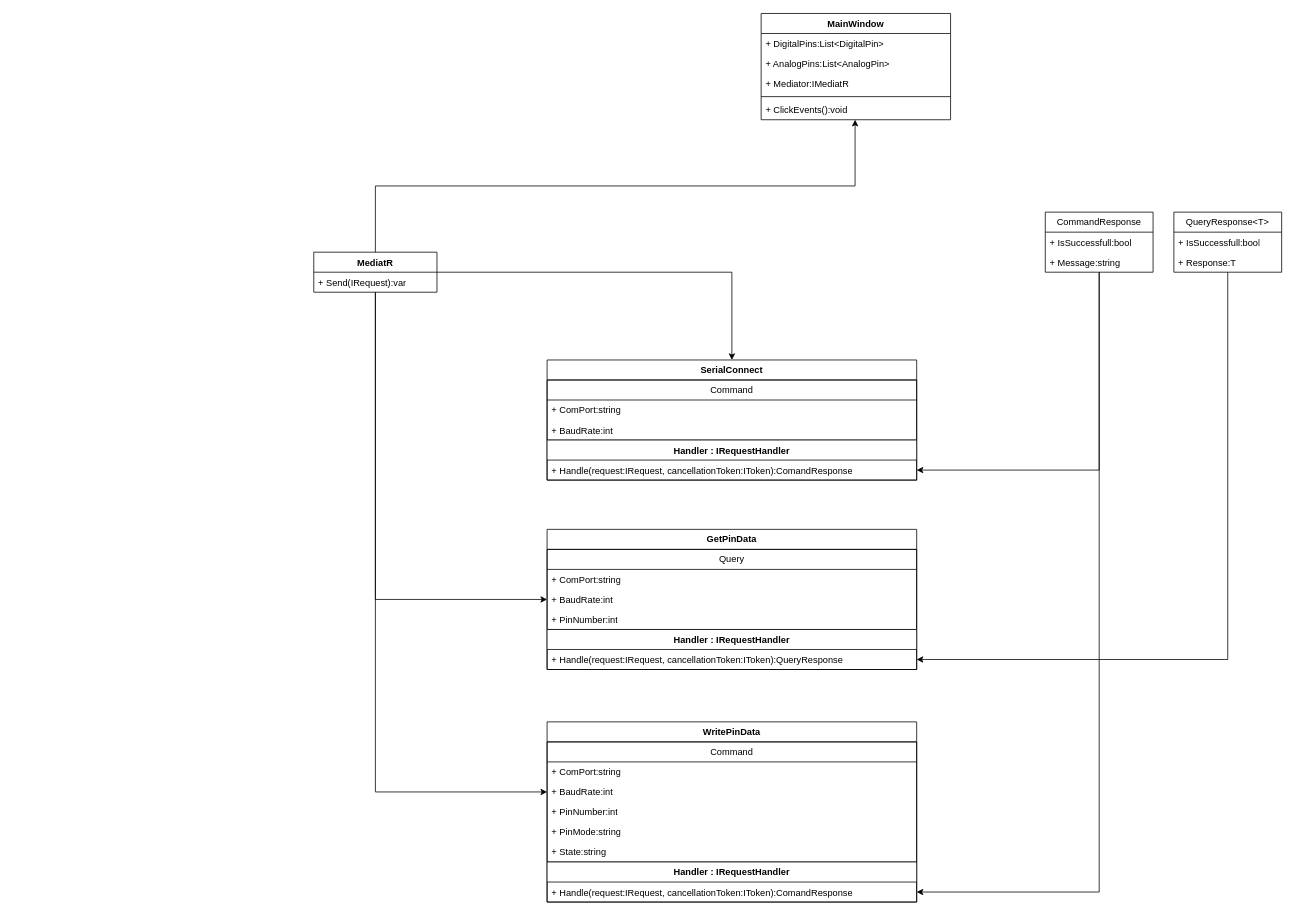
FelixLatzer/Arduino_WPF keeps this draw.io diagram as docs/UML/V0.drawio. Above is the earlier version. Source tidied: cells renumbered, new cells numbered last; positions are measured from the earlier drawing's top-left corner, leaving out a move shared by most shapes. Both pictures are drawn from the tidied source at 77%, with x=0, y=0 at pixel (313, 13).
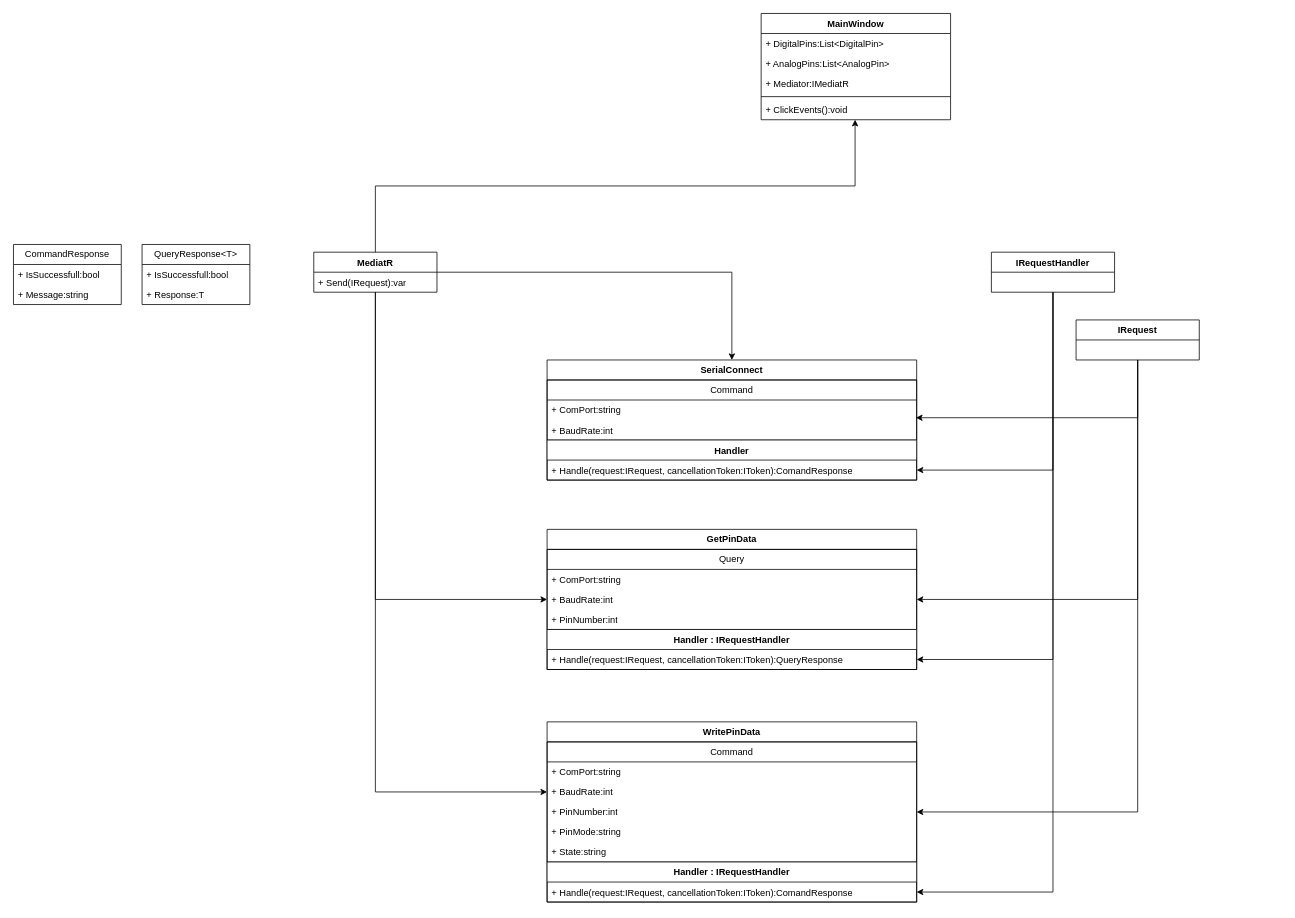
The same page after the edit.

The change refers to these unchanged cells:
```xml
<mxCell id="14" value="&lt;span style=&quot;font-weight: 700;&quot;&gt;SerialConnect&lt;/span&gt;" style="swimlane;fontStyle=0;horizontal=1;startSize=26;fillColor=none;whiteSpace=wrap;html=1;" parent="1" vertex="1">
  <mxGeometry x="303" y="450" width="480" height="156" as="geometry" />
</mxCell>
<mxCell id="17" value="+ BaudRate:int" style="text;strokeColor=none;fillColor=none;align=left;verticalAlign=top;spacingLeft=4;spacingRight=4;overflow=hidden;points=[[0,0.5],[1,0.5]];portConstraint=eastwest;whiteSpace=wrap;html=1;" parent="15" vertex="1">
  <mxGeometry y="52" width="480" height="26" as="geometry" />
</mxCell>
<mxCell id="19" value="+ Handle(request:IRequest, cancellationToken:IToken):ComandResponse" style="text;strokeColor=none;fillColor=none;align=left;verticalAlign=top;spacingLeft=4;spacingRight=4;overflow=hidden;points=[[0,0.5],[1,0.5]];portConstraint=eastwest;whiteSpace=wrap;html=1;" parent="18" vertex="1">
  <mxGeometry y="26" width="480" height="26" as="geometry" />
</mxCell>
<mxCell id="32" value="+ BaudRate:int" style="text;strokeColor=none;fillColor=none;align=left;verticalAlign=top;spacingLeft=4;spacingRight=4;overflow=hidden;points=[[0,0.5],[1,0.5]];portConstraint=eastwest;whiteSpace=wrap;html=1;" parent="30" vertex="1">
  <mxGeometry y="52" width="480" height="26" as="geometry" />
</mxCell>
<mxCell id="35" value="+ Handle(request:IRequest, cancellationToken:IToken):QueryResponse" style="text;strokeColor=none;fillColor=none;align=left;verticalAlign=top;spacingLeft=4;spacingRight=4;overflow=hidden;points=[[0,0.5],[1,0.5]];portConstraint=eastwest;whiteSpace=wrap;html=1;" parent="34" vertex="1">
  <mxGeometry y="26" width="480" height="26" as="geometry" />
</mxCell>
<mxCell id="40" value="+ PinNumber:int" style="text;strokeColor=none;fillColor=none;align=left;verticalAlign=top;spacingLeft=4;spacingRight=4;overflow=hidden;points=[[0,0.5],[1,0.5]];portConstraint=eastwest;whiteSpace=wrap;html=1;" parent="37" vertex="1">
  <mxGeometry y="78" width="480" height="26" as="geometry" />
</mxCell>
<mxCell id="44" value="+ Handle(request:IRequest, cancellationToken:IToken):ComandResponse" style="text;strokeColor=none;fillColor=none;align=left;verticalAlign=top;spacingLeft=4;spacingRight=4;overflow=hidden;points=[[0,0.5],[1,0.5]];portConstraint=eastwest;whiteSpace=wrap;html=1;" parent="43" vertex="1">
  <mxGeometry y="26" width="480" height="26" as="geometry" />
</mxCell>
```

The edit, as a diff of the source:
```diff
@@
-    <mxCell id="18" value="Handler : IRequestHandler" style="swimlane;fontStyle=1;align=center;verticalAlign=top;horizontal=1;startSize=26;whiteSpace=wrap;html=1;" parent="14" vertex="1">
+    <mxCell id="18" value="Handler" style="swimlane;fontStyle=1;align=center;verticalAlign=top;horizontal=1;startSize=26;whiteSpace=wrap;html=1;" parent="14" vertex="1">
       <mxGeometry y="104" width="480" height="52" as="geometry" />
     </mxCell>
@@
-    <mxCell id="20" style="edgeStyle=orthogonalEdgeStyle;rounded=0;jettySize=auto;html=1;entryX=1;entryY=0.5;entryDx=0;entryDy=0;" parent="1" edge="1" source="22" target="19">
-      <mxGeometry relative="1" as="geometry" />
-    </mxCell>
-    <mxCell id="21" style="edgeStyle=orthogonalEdgeStyle;rounded=0;jettySize=auto;html=1;entryX=1;entryY=0.5;entryDx=0;entryDy=0;" parent="1" edge="1" source="22" target="44">
-      <mxGeometry relative="1" as="geometry" />
-    </mxCell>
     <mxCell id="22" value="CommandResponse" style="swimlane;fontStyle=0;horizontal=1;startSize=26;fillColor=none;whiteSpace=wrap;html=1;" parent="1" vertex="1">
-      <mxGeometry x="950" y="258" width="140" height="78" as="geometry" />
+      <mxGeometry x="-390" y="300" width="140" height="78" as="geometry" />
     </mxCell>
@@
-    <mxCell id="25" style="edgeStyle=orthogonalEdgeStyle;rounded=0;jettySize=auto;html=1;entryX=1;entryY=0.5;entryDx=0;entryDy=0;" parent="1" edge="1" source="26" target="35">
-      <mxGeometry relative="1" as="geometry" />
-    </mxCell>
     <mxCell id="26" value="QueryResponse&amp;lt;T&amp;gt;" style="swimlane;fontStyle=0;horizontal=1;startSize=26;fillColor=none;whiteSpace=wrap;html=1;" parent="1" vertex="1">
-      <mxGeometry x="1117" y="258" width="140" height="78" as="geometry" />
+      <mxGeometry x="-223" y="300" width="140" height="78" as="geometry" />
     </mxCell>
@@
+    <mxCell id="45" style="edgeStyle=orthogonalEdgeStyle;rounded=0;jettySize=auto;html=1;entryX=1;entryY=0.5;entryDx=0;entryDy=0;" parent="1" edge="1" source="48" target="19">
+      <mxGeometry relative="1" as="geometry" />
+    </mxCell>
+    <mxCell id="46" style="edgeStyle=orthogonalEdgeStyle;rounded=0;jettySize=auto;html=1;entryX=1;entryY=0.5;entryDx=0;entryDy=0;" parent="1" edge="1" source="48" target="35">
+      <mxGeometry relative="1" as="geometry" />
+    </mxCell>
+    <mxCell id="47" style="edgeStyle=orthogonalEdgeStyle;rounded=0;jettySize=auto;html=1;entryX=1;entryY=0.5;entryDx=0;entryDy=0;" parent="1" edge="1" source="48" target="44">
+      <mxGeometry relative="1" as="geometry" />
+    </mxCell>
+    <mxCell id="48" value="IRequestHandler" style="swimlane;fontStyle=1;align=center;verticalAlign=top;horizontal=1;startSize=26;whiteSpace=wrap;html=1;" parent="1" vertex="1">
+      <mxGeometry x="880" y="310" width="160" height="52" as="geometry" />
+    </mxCell>
+    <mxCell id="49" style="edgeStyle=orthogonalEdgeStyle;rounded=0;jettySize=auto;html=1;entryX=1;entryY=0.5;entryDx=0;entryDy=0;" parent="1" edge="1" source="51" target="32">
+      <mxGeometry relative="1" as="geometry" />
+    </mxCell>
+    <mxCell id="50" style="edgeStyle=orthogonalEdgeStyle;rounded=0;jettySize=auto;html=1;entryX=1;entryY=0.5;entryDx=0;entryDy=0;" parent="1" edge="1" source="51" target="40">
+      <mxGeometry relative="1" as="geometry" />
+    </mxCell>
+    <mxCell id="51" value="IRequest" style="swimlane;fontStyle=1;align=center;verticalAlign=top;horizontal=1;startSize=26;whiteSpace=wrap;html=1;" parent="1" vertex="1">
+      <mxGeometry x="990" y="398" width="160" height="52" as="geometry" />
+    </mxCell>
+    <mxCell id="52" style="edgeStyle=orthogonalEdgeStyle;rounded=0;jettySize=auto;html=1;entryX=0.998;entryY=-0.115;entryDx=0;entryDy=0;entryPerimeter=0;" parent="1" edge="1" source="51" target="17">
+      <mxGeometry relative="1" as="geometry" />
+    </mxCell>
```
